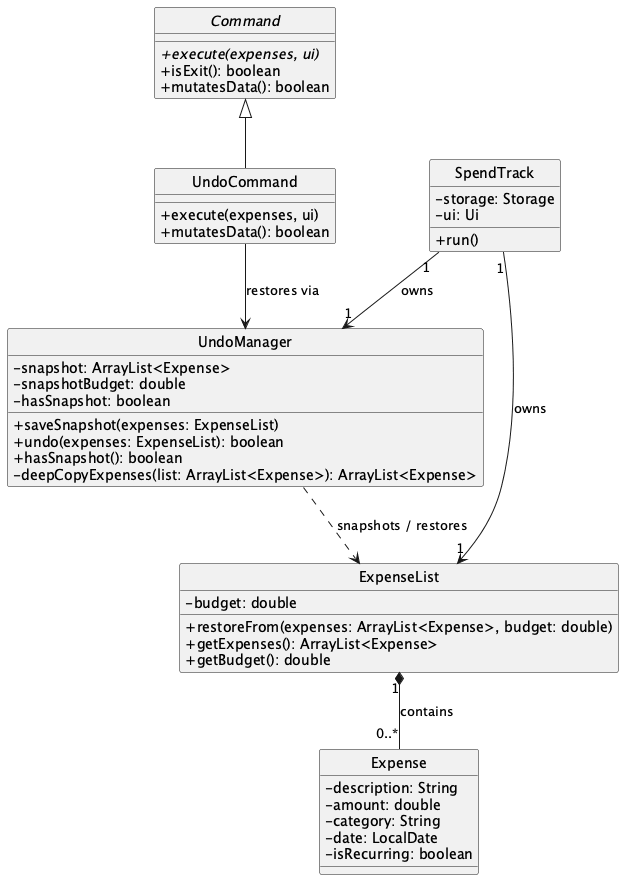
Above: docs/images/UndoClassDiagram.png in AbhijitBalajee/tp (PlantUML), before the change. The source it was exported from:
```plantuml
@startuml
!define BGCOLOR white
skinparam backgroundColor BGCOLOR
skinparam classAttributeIconSize 0
hide circle

abstract class Command {
    + {abstract} execute(expenses, ui)
    + isExit(): boolean
    + mutatesData(): boolean
}

class UndoCommand {
    + execute(expenses, ui)
    + mutatesData(): boolean
}

class UndoManager {
    - snapshot: ArrayList<Expense>
    - snapshotBudget: double
    - hasSnapshot: boolean
    + saveSnapshot(expenses: ExpenseList)
    + undo(expenses: ExpenseList): boolean
    + hasSnapshot(): boolean
    - deepCopyExpenses(list: ArrayList<Expense>): ArrayList<Expense>
}

class SpendTrack {
    - storage: Storage
    - ui: Ui
    + run()
}

class ExpenseList {
    - budget: double
    + restoreFrom(expenses: ArrayList<Expense>, budget: double)
    + getExpenses(): ArrayList<Expense>
    + getBudget(): double
}

class Expense {
    - description: String
    - amount: double
    - category: String
    - date: LocalDate
    - isRecurring: boolean
}

Command <|-- UndoCommand
UndoCommand --> UndoManager : restores via
SpendTrack "1" --> "1" UndoManager : owns
SpendTrack "1" --> "1" ExpenseList : owns
UndoManager ..> ExpenseList : snapshots / restores
ExpenseList "1" *-- "0..*" Expense : contains
@enduml
```
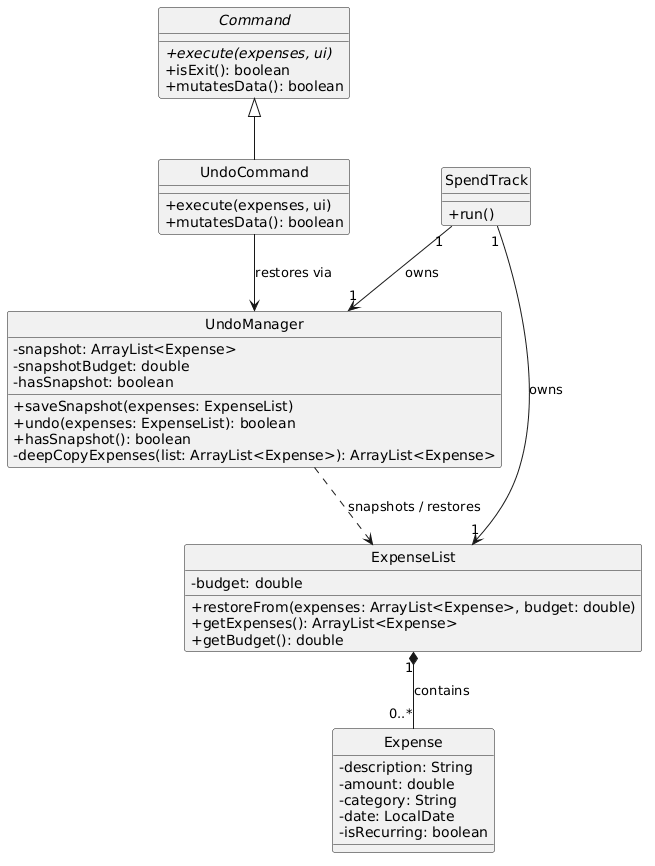
Later version of the same file.

Commit message:
Fixed Class Diagrams and DG according to CS2113 website

What changed in the source:
```diff
@@ -26,8 +26,6 @@
 }
 
 class SpendTrack {
-    - storage: Storage
-    - ui: Ui
     + run()
 }
 
```
